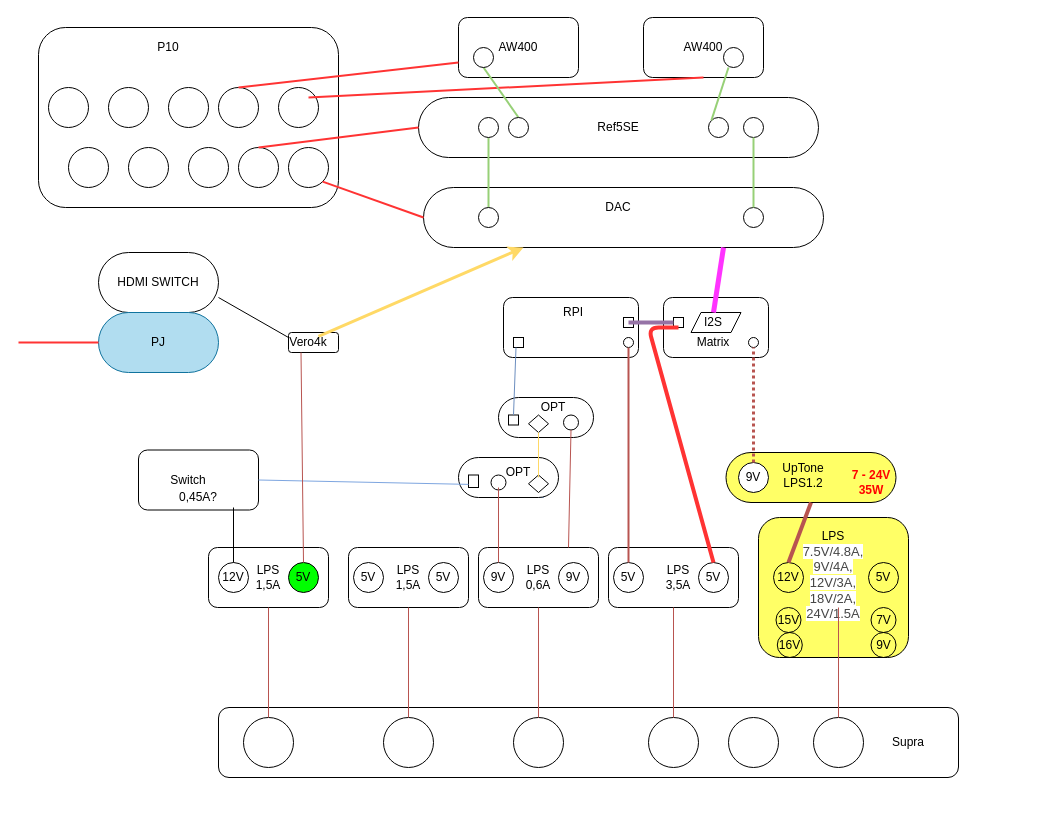
Above: Audio2020.drawio in maniac0r/audio (draw.io), before the change. Source tidied: cells renumbered, new cells numbered last; positions are measured from the earlier drawing's top-left corner, leaving out a move shared by most shapes. Both pictures are drawn from the tidied source at 100%, with x=0, y=0 at pixel (18, 17).
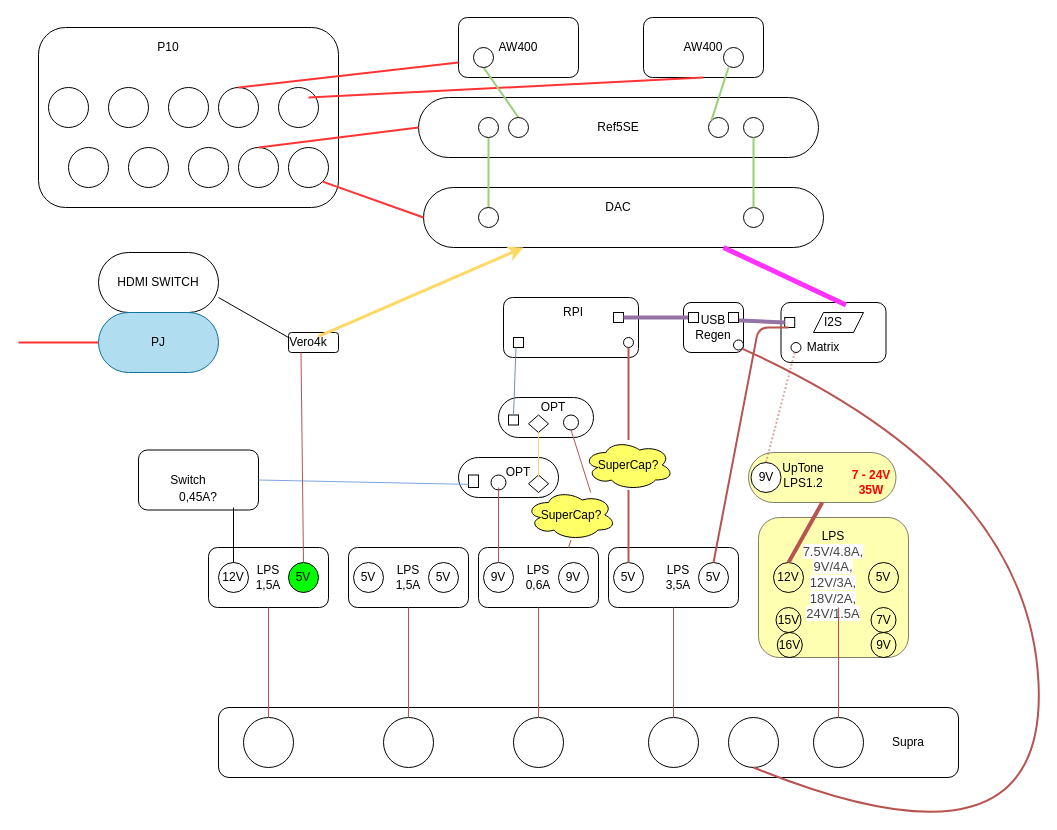
The same page after the edit.

The change refers to these unchanged cells:
```xml
<mxCell id="18" style="rounded=1;whiteSpace=wrap;html=1;" parent="1" vertex="1">
  <mxGeometry x="460" y="530" width="120" height="60" as="geometry" />
</mxCell>
<mxCell id="24" value="5V" style="ellipse;whiteSpace=wrap;html=1;" parent="1" vertex="1">
  <mxGeometry x="595" y="545" width="30" height="30" as="geometry" />
</mxCell>
<mxCell id="25" value="5V" style="ellipse;whiteSpace=wrap;html=1;" parent="1" vertex="1">
  <mxGeometry x="680" y="545" width="30" height="30" as="geometry" />
</mxCell>
<mxCell id="31" style="ellipse;whiteSpace=wrap;html=1;rotation=0;direction=south;" parent="1" vertex="1">
  <mxGeometry x="710" y="700" width="50" height="50" as="geometry" />
</mxCell>
<mxCell id="41" style="ellipse;whiteSpace=wrap;html=1;" parent="1" vertex="1">
  <mxGeometry x="545" y="397.5" width="15" height="15" as="geometry" />
</mxCell>
<mxCell id="51" style="ellipse;whiteSpace=wrap;html=1;" parent="1" vertex="1">
  <mxGeometry x="605" y="320" width="10" height="10" as="geometry" />
</mxCell>
<mxCell id="76" style="rounded=1;whiteSpace=wrap;html=1;arcSize=50;" parent="1" vertex="1">
  <mxGeometry x="405" y="170" width="400" height="60" as="geometry" />
</mxCell>
```

Diff of the diagram source:
```diff
@@
+    <mxCell id="121" value="USB Regen" style="rounded=1;whiteSpace=wrap;html=1;" parent="1" vertex="1">
+      <mxGeometry x="665" y="285" width="60" height="50" as="geometry" />
+    </mxCell>
@@
-    <mxCell id="3" style="rounded=1;whiteSpace=wrap;html=1;fillColor=#FFFF66;" parent="1" vertex="1">
+    <mxCell id="3" style="rounded=1;whiteSpace=wrap;html=1;fillColor=#FFFF66;opacity=50;" parent="1" vertex="1">
       <mxGeometry x="740" y="500" width="150" height="140" as="geometry" />
     </mxCell>
     <mxCell id="4" style="rounded=1;whiteSpace=wrap;html=1;" parent="1" vertex="1">
-      <mxGeometry x="645" y="280" width="105" height="60" as="geometry" />
+      <mxGeometry x="762.5" y="285" width="105" height="60" as="geometry" />
     </mxCell>
@@
-    <mxCell id="43" style="endArrow=none;html=1;fillColor=#f8cecc;strokeColor=#B85450;exitX=0.75;exitY=0;exitDx=0;exitDy=0;entryX=0.5;entryY=1;entryDx=0;entryDy=0;" parent="1" edge="1" source="18" target="41">
+    <mxCell id="43" style="endArrow=none;html=1;fillColor=#f8cecc;strokeColor=#B85450;exitX=0.75;exitY=0;exitDx=0;exitDy=0;entryX=0.5;entryY=1;entryDx=0;entryDy=0;" parent="1" edge="1" source="124" target="41">
       <mxGeometry relative="1" as="geometry" />
     </mxCell>
@@
-    <mxCell id="52" style="endArrow=none;html=1;fillColor=#f8cecc;strokeColor=#B85450;entryX=0.5;entryY=1;entryDx=0;entryDy=0;exitX=0.5;exitY=0;exitDx=0;exitDy=0;strokeWidth=2;" parent="1" edge="1" source="24" target="51">
+    <mxCell id="52" style="endArrow=none;html=1;fillColor=#f8cecc;strokeColor=#B85450;entryX=0.5;entryY=1;entryDx=0;entryDy=0;exitX=0.5;exitY=0;exitDx=0;exitDy=0;strokeWidth=2;" parent="1" edge="1" source="122" target="51">
       <mxGeometry relative="1" as="geometry" />
     </mxCell>
@@
     <mxCell id="58" style="rounded=0;whiteSpace=wrap;html=1;" parent="1" vertex="1">
-      <mxGeometry x="655" y="300" width="10" height="10" as="geometry" />
+      <mxGeometry x="766.2" y="300" width="10" height="10" as="geometry" />
     </mxCell>
     <mxCell id="59" style="rounded=0;whiteSpace=wrap;html=1;" parent="1" vertex="1">
-      <mxGeometry x="605" y="300" width="10" height="10" as="geometry" />
+      <mxGeometry x="595" y="295" width="10" height="10" as="geometry" />
     </mxCell>
-    <mxCell id="60" style="endArrow=none;html=1;strokeColor=#9673a6;entryX=0;entryY=0.5;entryDx=0;entryDy=0;fillColor=#e1d5e7;exitX=0.5;exitY=0.5;exitDx=0;exitDy=0;exitPerimeter=0;strokeWidth=4;" parent="1" edge="1" source="59" target="58">
+    <mxCell id="60" style="endArrow=none;html=1;strokeColor=#9673a6;entryX=0;entryY=0.5;entryDx=0;entryDy=0;fillColor=#e1d5e7;exitX=0;exitY=0.75;exitDx=0;exitDy=0;strokeWidth=4;" parent="1" edge="1" source="130" target="58">
       <mxGeometry relative="1" as="geometry" />
     </mxCell>
@@
-    <mxCell id="63" style="rounded=1;whiteSpace=wrap;html=1;arcSize=50;fillColor=#FFFF66;" parent="1" vertex="1">
-      <mxGeometry x="707.5" y="435" width="170" height="50" as="geometry" />
+    <mxCell id="63" style="rounded=1;whiteSpace=wrap;html=1;arcSize=50;fillColor=#FFFF66;opacity=50;" parent="1" vertex="1">
+      <mxGeometry x="730" y="435" width="147.5" height="50" as="geometry" />
     </mxCell>
@@
     <mxCell id="66" value="9V" style="ellipse;whiteSpace=wrap;html=1;" parent="1" vertex="1">
-      <mxGeometry x="720" y="445" width="30" height="30" as="geometry" />
+      <mxGeometry x="732.5" y="445" width="30" height="30" as="geometry" />
     </mxCell>
@@
     <mxCell id="71" style="shape=parallelogram;perimeter=parallelogramPerimeter;whiteSpace=wrap;html=1;" parent="1" vertex="1">
-      <mxGeometry x="672.5" y="295" width="50" height="20" as="geometry" />
+      <mxGeometry x="795" y="295" width="50" height="20" as="geometry" />
     </mxCell>
     <mxCell id="72" value="I2S" style="text;html=1;strokeColor=none;fillColor=none;align=center;verticalAlign=middle;whiteSpace=wrap;rounded=0;" parent="1" vertex="1">
-      <mxGeometry x="670" y="295" width="50" height="20" as="geometry" />
+      <mxGeometry x="790" y="287.5" width="50" height="35" as="geometry" />
     </mxCell>
     <mxCell id="73" value="Matrix" style="text;html=1;strokeColor=none;fillColor=none;align=center;verticalAlign=middle;whiteSpace=wrap;rounded=0;" parent="1" vertex="1">
-      <mxGeometry x="675" y="310" width="40" height="30" as="geometry" />
+      <mxGeometry x="785" y="315" width="40" height="30" as="geometry" />
     </mxCell>
     <mxCell id="74" style="ellipse;whiteSpace=wrap;html=1;" parent="1" vertex="1">
-      <mxGeometry x="730" y="320" width="10" height="10" as="geometry" />
+      <mxGeometry x="772.5" y="325" width="10" height="10" as="geometry" />
     </mxCell>
-    <mxCell id="75" style="endArrow=none;html=1;fillColor=#f8cecc;strokeColor=#B85450;exitX=0.5;exitY=0;exitDx=0;exitDy=0;strokeWidth=3;dashed=1;dashPattern=1 1;" parent="1" edge="1" source="66" target="74">
+    <mxCell id="75" style="endArrow=none;html=1;fillColor=#f8cecc;strokeColor=#B85450;exitX=0.5;exitY=0;exitDx=0;exitDy=0;strokeWidth=2;dashed=1;dashPattern=1 1;opacity=50;" parent="1" edge="1" source="66" target="74">
       <mxGeometry relative="1" as="geometry" />
     </mxCell>
@@
-    <mxCell id="78" style="endArrow=none;html=1;entryX=0.75;entryY=1;entryDx=0;entryDy=0;exitX=0.5;exitY=0;exitDx=0;exitDy=0;strokeColor=#FF33FF;strokeWidth=5;" parent="1" edge="1" source="72" target="76">
+    <mxCell id="78" style="endArrow=none;html=1;entryX=0.75;entryY=1;entryDx=0;entryDy=0;exitX=0.75;exitY=0;exitDx=0;exitDy=0;strokeColor=#FF33FF;strokeWidth=5;" parent="1" edge="1" source="72" target="76">
       <mxGeometry relative="1" as="geometry" />
     </mxCell>
@@
-    <mxCell id="120" style="endArrow=none;html=1;fillColor=#e1d5e7;exitX=0.5;exitY=0;exitDx=0;exitDy=0;strokeWidth=4;strokeColor=#FF3333;" parent="1" edge="1" source="25">
-      <mxGeometry relative="1" as="geometry">
-        <mxPoint x="660" y="310" as="targetPoint" />
-        <Array as="points">
-          <mxPoint x="630" y="310" />
-        </Array>
-      </mxGeometry>
-    </mxCell>
+    <mxCell id="122" value="SuperCap?" style="ellipse;shape=cloud;whiteSpace=wrap;html=1;fillColor=#FFFF66;" parent="1" vertex="1">
+      <mxGeometry x="565" y="422.5" width="90" height="50" as="geometry" />
+    </mxCell>
+    <mxCell id="123" style="endArrow=none;html=1;fillColor=#f8cecc;strokeColor=#B85450;entryX=0.5;entryY=1;entryDx=0;entryDy=0;exitX=0.5;exitY=0;exitDx=0;exitDy=0;strokeWidth=2;" parent="1" edge="1" source="24" target="122">
+      <mxGeometry relative="1" as="geometry" />
+    </mxCell>
+    <mxCell id="124" value="SuperCap?" style="ellipse;shape=cloud;whiteSpace=wrap;html=1;fillColor=#FFFF66;" parent="1" vertex="1">
+      <mxGeometry x="507.5" y="472.5" width="90" height="50" as="geometry" />
+    </mxCell>
+    <mxCell id="125" style="endArrow=none;html=1;fillColor=#f8cecc;strokeColor=#B85450;exitX=0.75;exitY=0;exitDx=0;exitDy=0;entryX=0.5;entryY=1;entryDx=0;entryDy=0;" parent="1" edge="1" source="18" target="124">
+      <mxGeometry relative="1" as="geometry" />
+    </mxCell>
+    <mxCell id="126" style="endArrow=none;html=1;fillColor=#f8cecc;strokeColor=#B85450;strokeWidth=2;exitX=0.5;exitY=0;exitDx=0;exitDy=0;" parent="1" edge="1" source="25">
+      <mxGeometry relative="1" as="geometry">
+        <mxPoint x="770" y="310" as="targetPoint" />
+        <Array as="points">
+          <mxPoint x="740" y="310" />
+        </Array>
+      </mxGeometry>
+    </mxCell>
+    <mxCell id="127" style="endArrow=none;html=1;strokeColor=#9673a6;fillColor=#e1d5e7;exitX=0;exitY=0.5;exitDx=0;exitDy=0;strokeWidth=4;entryX=1;entryY=0.5;entryDx=0;entryDy=0;" parent="1" edge="1" source="131" target="59">
+      <mxGeometry relative="1" as="geometry" />
+    </mxCell>
+    <mxCell id="128" style="ellipse;whiteSpace=wrap;html=1;" parent="1" vertex="1">
+      <mxGeometry x="715" y="322.5" width="10" height="10" as="geometry" />
+    </mxCell>
+    <mxCell id="129" style="endArrow=none;html=1;fillColor=#f8cecc;strokeColor=#B85450;exitX=1;exitY=0.5;exitDx=0;exitDy=0;curved=1;entryX=1;entryY=1;entryDx=0;entryDy=0;strokeWidth=2;" parent="1" edge="1" source="31" target="128">
+      <mxGeometry relative="1" as="geometry">
+        <Array as="points">
+          <mxPoint x="1030" y="870" />
+          <mxPoint x="1010" y="460" />
+        </Array>
+      </mxGeometry>
+    </mxCell>
+    <mxCell id="130" style="rounded=0;whiteSpace=wrap;html=1;" parent="1" vertex="1">
+      <mxGeometry x="710" y="295" width="10" height="10" as="geometry" />
+    </mxCell>
+    <mxCell id="131" style="rounded=0;whiteSpace=wrap;html=1;" parent="1" vertex="1">
+      <mxGeometry x="670" y="295" width="10" height="10" as="geometry" />
+    </mxCell>
```
